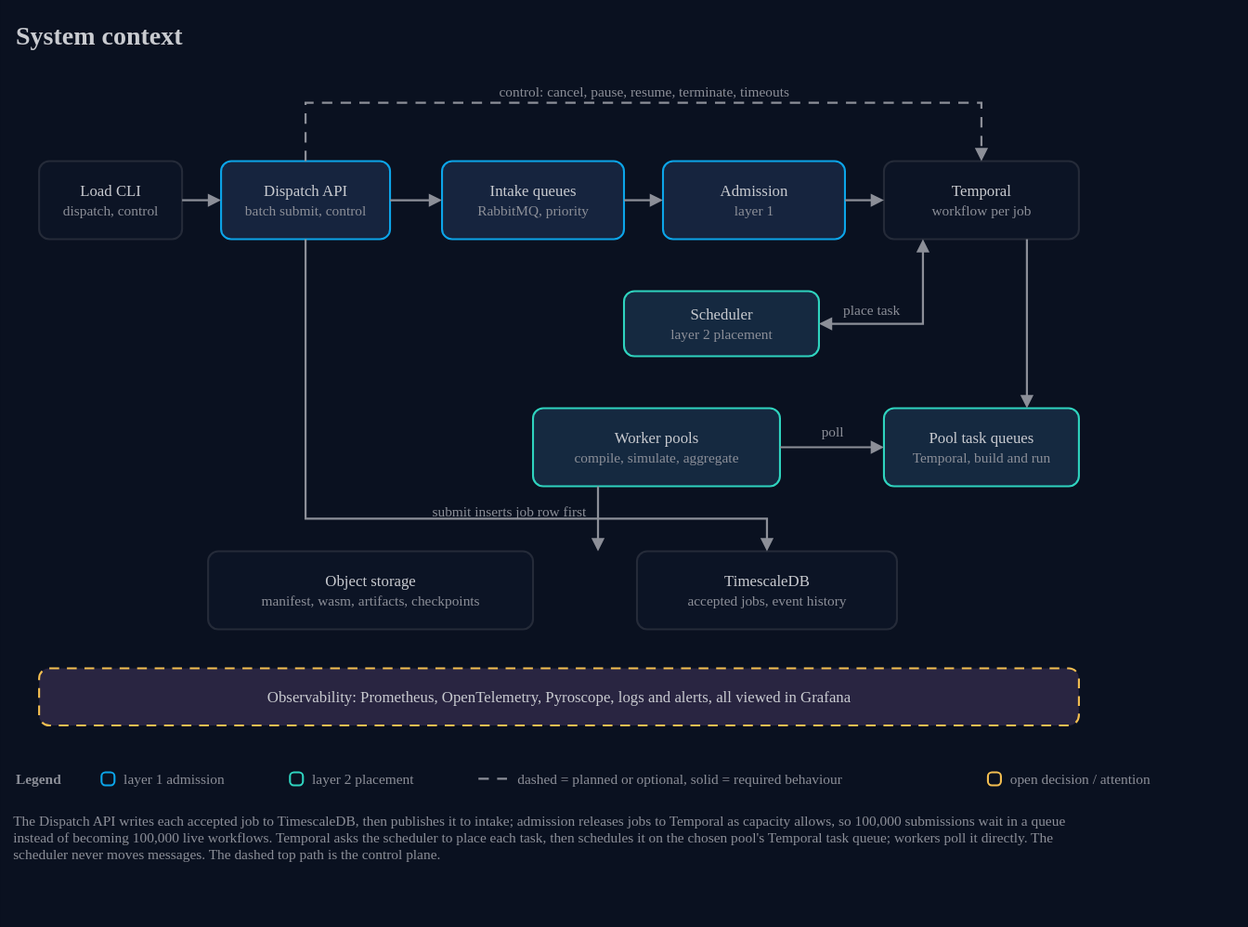
The draw.io diagram docs/architecture/01-system-context.drawio.svg in AndoNorth/wasm-dag-forge, before a commit. Source tidied: cells renumbered, new cells last; positions are measured from the earlier drawing's top-left corner, leaving out a move shared by most shapes.
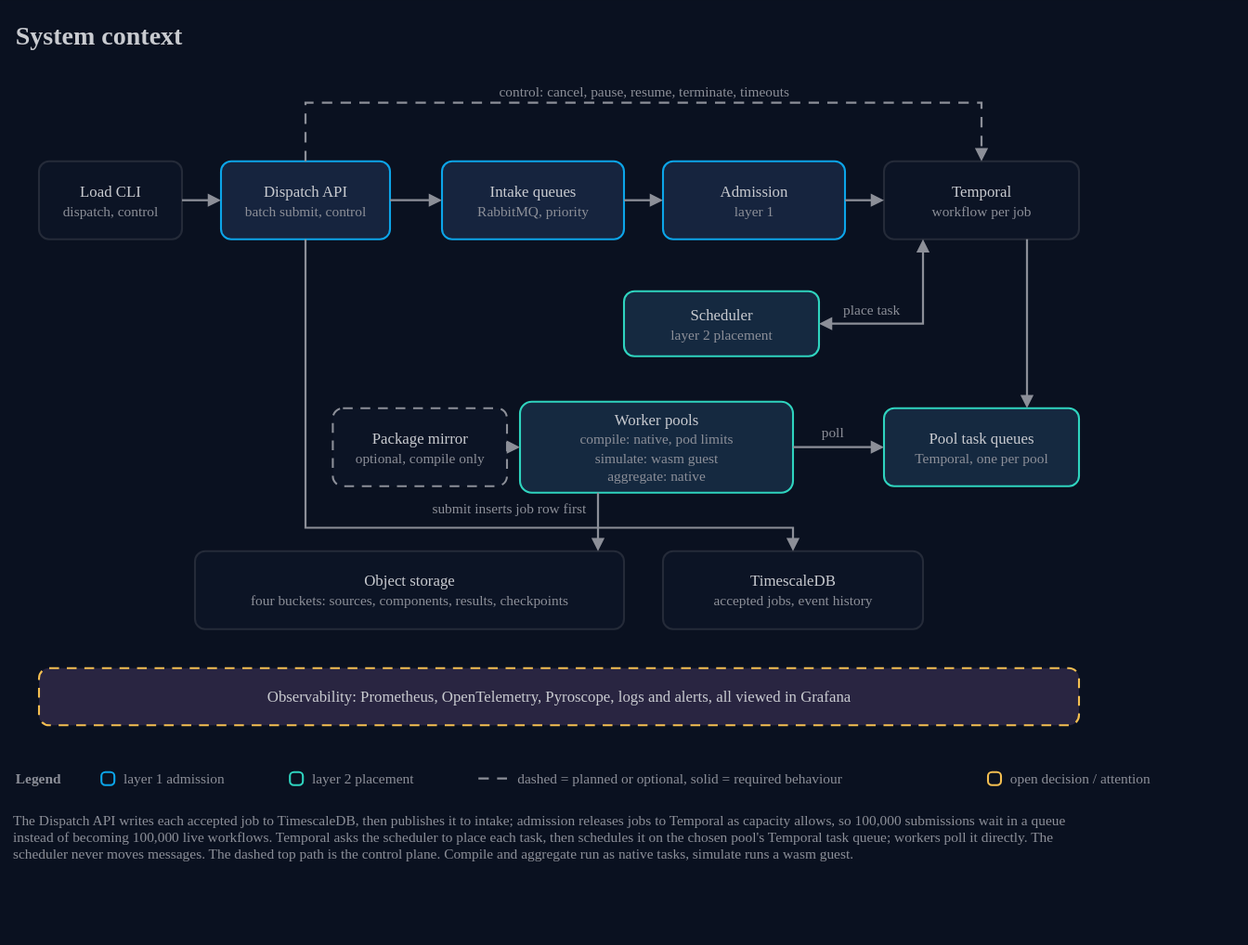
Later version of the same file.

Change to the diagram source:
```diff
@@ -23,17 +23,20 @@
     <mxCell id="8" value="Scheduler&lt;br&gt;&lt;font color=&quot;#8c8f98&quot; style=&quot;font-size:11px&quot;&gt;layer 2 placement&lt;/font&gt;" style="rounded=1;arcSize=16;html=1;whiteSpace=wrap;fillColor=#152940;strokeColor=#2fd4bf;strokeWidth=1.5;fontColor=#c9cbd0;fontSize=12;fontFamily=IBM Plex Sans;" parent="1" vertex="1">
       <mxGeometry x="470" y="214" width="150" height="50" as="geometry" />
     </mxCell>
-    <mxCell id="9" value="Pool task queues&lt;br&gt;&lt;font color=&quot;#8c8f98&quot; style=&quot;font-size:11px&quot;&gt;Temporal, build and run&lt;/font&gt;" style="rounded=1;arcSize=13;html=1;whiteSpace=wrap;fillColor=#152940;strokeColor=#2fd4bf;strokeWidth=1.5;fontColor=#c9cbd0;fontSize=12;fontFamily=IBM Plex Sans;" parent="1" vertex="1">
+    <mxCell id="9" value="Pool task queues&lt;br&gt;&lt;font color=&quot;#8c8f98&quot; style=&quot;font-size:11px&quot;&gt;Temporal, one per pool&lt;/font&gt;" style="rounded=1;arcSize=13;html=1;whiteSpace=wrap;fillColor=#152940;strokeColor=#2fd4bf;strokeWidth=1.5;fontColor=#c9cbd0;fontSize=12;fontFamily=IBM Plex Sans;" parent="1" vertex="1">
       <mxGeometry x="670" y="304" width="150" height="60" as="geometry" />
     </mxCell>
-    <mxCell id="10" value="Worker pools&lt;br&gt;&lt;font color=&quot;#8c8f98&quot; style=&quot;font-size:11px&quot;&gt;compile, simulate, aggregate&lt;/font&gt;" style="rounded=1;arcSize=13;html=1;whiteSpace=wrap;fillColor=#152940;strokeColor=#2fd4bf;strokeWidth=1.5;fontColor=#c9cbd0;fontSize=12;fontFamily=IBM Plex Sans;" parent="1" vertex="1">
-      <mxGeometry x="400" y="304" width="190" height="60" as="geometry" />
+    <mxCell id="10" value="Worker pools&lt;br&gt;&lt;font color=&quot;#8c8f98&quot; style=&quot;font-size:11px&quot;&gt;compile: native, pod limits&lt;br&gt;simulate: wasm guest&lt;br&gt;aggregate: native&lt;/font&gt;" style="rounded=1;arcSize=13;html=1;whiteSpace=wrap;fillColor=#152940;strokeColor=#2fd4bf;strokeWidth=1.5;fontColor=#c9cbd0;fontSize=12;fontFamily=IBM Plex Sans;" parent="1" vertex="1">
+      <mxGeometry x="390" y="299" width="210" height="70" as="geometry" />
     </mxCell>
+    <mxCell id="38" value="Package mirror&lt;br&gt;&lt;font color=&quot;#8c8f98&quot; style=&quot;font-size:11px&quot;&gt;optional, compile only&lt;/font&gt;" style="rounded=1;arcSize=13;html=1;whiteSpace=wrap;fillColor=#0c1425;strokeColor=#8c8f98;strokeWidth=1.5;dashed=1;dashPattern=5 4;fontColor=#c9cbd0;fontSize=12;fontFamily=IBM Plex Sans;" parent="1" vertex="1">
+      <mxGeometry x="246" y="304" width="134" height="60" as="geometry" />
+    </mxCell>
-    <mxCell id="11" value="Object storage&lt;br&gt;&lt;font color=&quot;#8c8f98&quot; style=&quot;font-size:11px&quot;&gt;manifest, wasm, artifacts, checkpoints&lt;/font&gt;" style="rounded=1;arcSize=13;html=1;whiteSpace=wrap;fillColor=#0c1425;strokeColor=#252b39;strokeWidth=1.5;fontColor=#c9cbd0;fontSize=12;fontFamily=IBM Plex Sans;" parent="1" vertex="1">
-      <mxGeometry x="150" y="414" width="250" height="60" as="geometry" />
+    <mxCell id="11" value="Object storage&lt;br&gt;&lt;font color=&quot;#8c8f98&quot; style=&quot;font-size:11px&quot;&gt;four buckets: sources, components, results, checkpoints&lt;/font&gt;" style="rounded=1;arcSize=13;html=1;whiteSpace=wrap;fillColor=#0c1425;strokeColor=#252b39;strokeWidth=1.5;fontColor=#c9cbd0;fontSize=12;fontFamily=IBM Plex Sans;" parent="1" vertex="1">
+      <mxGeometry x="140" y="414" width="330" height="60" as="geometry" />
     </mxCell>
     <mxCell id="12" value="TimescaleDB&lt;br&gt;&lt;font color=&quot;#8c8f98&quot; style=&quot;font-size:11px&quot;&gt;accepted jobs, event history&lt;/font&gt;" style="rounded=1;arcSize=13;html=1;whiteSpace=wrap;fillColor=#0c1425;strokeColor=#252b39;strokeWidth=1.5;fontColor=#c9cbd0;fontSize=12;fontFamily=IBM Plex Sans;" parent="1" vertex="1">
-      <mxGeometry x="480" y="414" width="200" height="60" as="geometry" />
+      <mxGeometry x="500" y="414" width="200" height="60" as="geometry" />
     </mxCell>
     <mxCell id="13" value="Observability: Prometheus, OpenTelemetry, Pyroscope, logs and alerts, all viewed in Grafana" style="rounded=1;arcSize=18;html=1;whiteSpace=wrap;fillColor=#292541;strokeColor=#f4bf51;strokeWidth=1.5;fontColor=#c9cbd0;fontSize=12;fontFamily=IBM Plex Sans;dashed=1;dashPattern=5 4;" parent="1" vertex="1">
       <mxGeometry x="20" y="504" width="800" height="44" as="geometry" />
@@ -48,7 +51,7 @@
       <mxGeometry x="614.8" y="313" width="30.4" height="18" as="geometry" />
     </mxCell>
     <mxCell id="17" value="submit inserts job row first" style="text;html=1;strokeColor=none;fillColor=none;align=right;verticalAlign=middle;whiteSpace=nowrap;fontColor=#8c8f98;fontSize=11;fontFamily=IBM Plex Sans;spacing=0;spacingLeft=0;" parent="1" vertex="1">
-      <mxGeometry x="275.2" y="374" width="164.8" height="18" as="geometry" />
+      <mxGeometry x="275.2" y="372" width="164.8" height="18" as="geometry" />
     </mxCell>
     <mxCell id="18" style="endArrow=block;endFill=1;startArrow=none;startFill=1;html=1;rounded=0;strokeColor=#8c8f98;strokeWidth=1.6;exitX=1;exitY=0.5;exitDx=0;exitDy=0;entryX=0;entryY=0.5;entryDx=0;entryDy=0;" parent="1" edge="1" source="3" target="4">
       <mxGeometry relative="1" as="geometry" />
@@ -83,7 +86,10 @@
     <mxCell id="25" style="endArrow=block;endFill=1;startArrow=none;startFill=1;html=1;rounded=0;strokeColor=#8c8f98;strokeWidth=1.6;exitX=1;exitY=0.5;exitDx=0;exitDy=0;entryX=0;entryY=0.5;entryDx=0;entryDy=0;" parent="1" edge="1" source="10" target="9">
       <mxGeometry relative="1" as="geometry" />
     </mxCell>
+    <mxCell id="39" style="endArrow=block;endFill=1;startArrow=none;startFill=1;html=1;rounded=0;strokeColor=#8c8f98;strokeWidth=1.6;exitX=1;exitY=0.5;exitDx=0;exitDy=0;entryX=0;entryY=0.5;entryDx=0;entryDy=0;dashed=1;dashPattern=5 4;" parent="1" edge="1" source="38" target="10">
+      <mxGeometry relative="1" as="geometry" />
+    </mxCell>
-    <mxCell id="26" style="endArrow=block;endFill=1;startArrow=none;startFill=1;html=1;rounded=0;strokeColor=#8c8f98;strokeWidth=1.6;exitX=0.263158;exitY=1;exitDx=0;exitDy=0;" parent="1" edge="1" source="10">
+    <mxCell id="26" style="endArrow=block;endFill=1;startArrow=none;startFill=1;html=1;rounded=0;strokeColor=#8c8f98;strokeWidth=1.6;exitX=0.285714;exitY=1;exitDx=0;exitDy=0;" parent="1" edge="1" source="10">
       <mxGeometry relative="1" as="geometry">
         <mxPoint x="450" y="414" as="targetPoint" />
       </mxGeometry>
@@ -91,8 +97,8 @@
     <mxCell id="27" style="endArrow=block;endFill=1;startArrow=none;startFill=1;html=1;rounded=0;strokeColor=#8c8f98;strokeWidth=1.6;exitX=0.5;exitY=1;exitDx=0;exitDy=0;entryX=0.5;entryY=0;entryDx=0;entryDy=0;" parent="1" edge="1" source="4" target="12">
       <mxGeometry relative="1" as="geometry">
         <Array as="points">
-          <mxPoint x="225" y="389" />
-          <mxPoint x="580" y="389" />
+          <mxPoint x="225" y="396" />
+          <mxPoint x="600" y="396" />
         </Array>
       </mxGeometry>
     </mxCell>
@@ -126,8 +132,8 @@
     <mxCell id="36" value="open decision / attention" style="text;html=1;strokeColor=none;fillColor=none;align=left;verticalAlign=middle;whiteSpace=nowrap;fontColor=#8c8f98;fontSize=11;fontFamily=IBM Plex Sans;" parent="1" vertex="1">
       <mxGeometry x="765" y="580" width="164" height="18" as="geometry" />
     </mxCell>
-    <mxCell id="37" value="The Dispatch API writes each accepted job to TimescaleDB, then publishes it to intake; admission releases jobs to Temporal as capacity allows, so 100,000 submissions wait in a queue instead of becoming 100,000 live workflows. Temporal asks the scheduler to place each task, then schedules it on the chosen pool's Temporal task queue; workers poll it directly. The scheduler never moves messages. The dashed top path is the control plane." style="text;html=1;strokeColor=none;fillColor=none;align=left;verticalAlign=top;whiteSpace=wrap;fontColor=#8c8f98;fontSize=11;fontFamily=IBM Plex Sans;spacing=0;" parent="1" vertex="1">
-      <mxGeometry y="610" width="840" height="72" as="geometry" />
+    <mxCell id="37" value="The Dispatch API writes each accepted job to TimescaleDB, then publishes it to intake; admission releases jobs to Temporal as capacity allows, so 100,000 submissions wait in a queue instead of becoming 100,000 live workflows. Temporal asks the scheduler to place each task, then schedules it on the chosen pool's Temporal task queue; workers poll it directly. The scheduler never moves messages. The dashed top path is the control plane. Compile and aggregate run as native tasks, simulate runs a wasm guest." style="text;html=1;strokeColor=none;fillColor=none;align=left;verticalAlign=top;whiteSpace=wrap;fontColor=#8c8f98;fontSize=11;fontFamily=IBM Plex Sans;spacing=0;" parent="1" vertex="1">
+      <mxGeometry y="610" width="840" height="86" as="geometry" />
     </mxCell>
   </root>
 </mxGraphModel>
```
